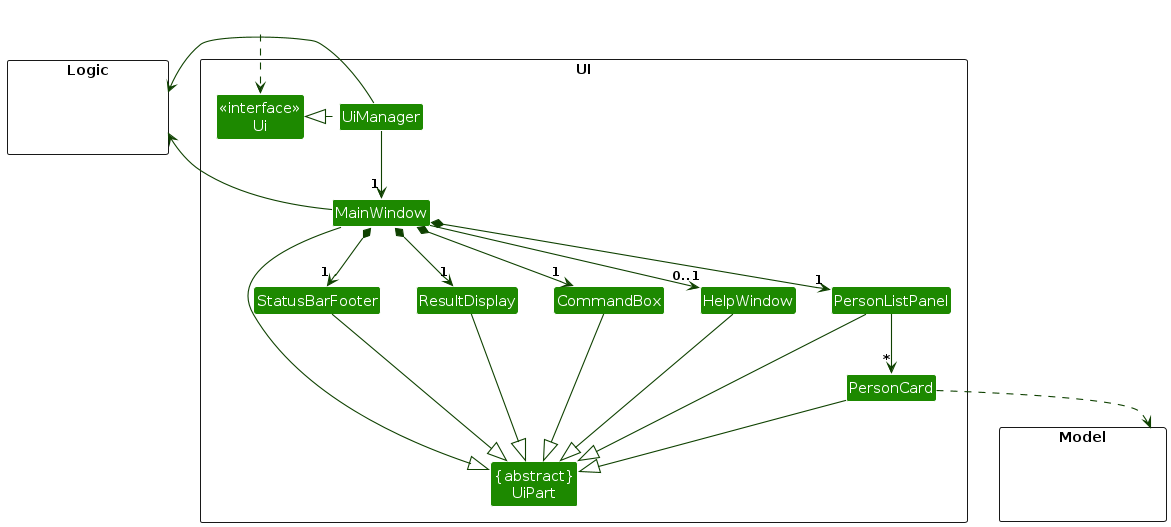
Earlier version of the PlantUML export diagrams/UiClassDiagram.png (AY2627S1-CS2103T-T15-1/tp). Its source is kept beside it as diagrams/UiClassDiagram.puml.
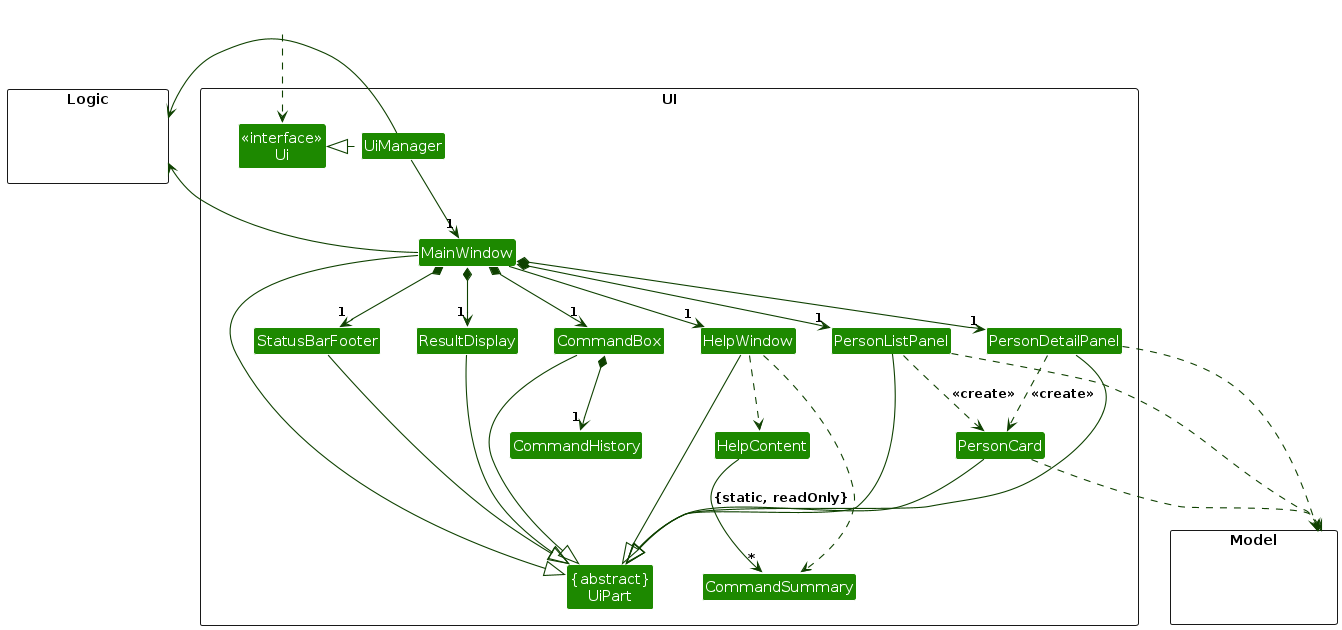
Above is the later version.

What changed in the source:
```diff
@@ -12,9 +12,13 @@
 Class HelpWindow
 Class ResultDisplay
 Class PersonListPanel
+Class PersonDetailPanel
 Class PersonCard
 Class StatusBarFooter
 Class CommandBox
+Class CommandHistory
+Class HelpContent
+Class CommandSummary
 }
 
 package Model <<Rectangle>> {
@@ -33,21 +37,30 @@
 MainWindow *-down->  "1" CommandBox
 MainWindow *-down-> "1" ResultDisplay
 MainWindow *-down-> "1" PersonListPanel
+MainWindow *-down-> "1" PersonDetailPanel
 MainWindow *-down-> "1" StatusBarFooter
-MainWindow --> "0..1" HelpWindow
+MainWindow --> "1" HelpWindow
 
-PersonListPanel -down-> "*" PersonCard
+PersonListPanel ..> PersonCard : <<create>>
+PersonDetailPanel ..> PersonCard : <<create>>
+CommandBox *-down-> "1" CommandHistory
+HelpWindow ..> HelpContent
+HelpWindow ..> CommandSummary
+HelpContent --> "*" CommandSummary : {static, readOnly}
 
 MainWindow -left-|> UiPart
 
 ResultDisplay --|> UiPart
 CommandBox --|> UiPart
 PersonListPanel --|> UiPart
+PersonDetailPanel --|> UiPart
 PersonCard --|> UiPart
 StatusBarFooter --|> UiPart
 HelpWindow --|> UiPart
 
 PersonCard ..> Model
+PersonListPanel ..> Model
+PersonDetailPanel ..> Model
 UiManager -right-> Logic
 MainWindow -left-> Logic
 
@@ -56,5 +69,4 @@
 CommandBox -[hidden]left- ResultDisplay
 ResultDisplay -[hidden]left- StatusBarFooter
 
-MainWindow -[hidden]-|> UiPart
 @enduml
```
